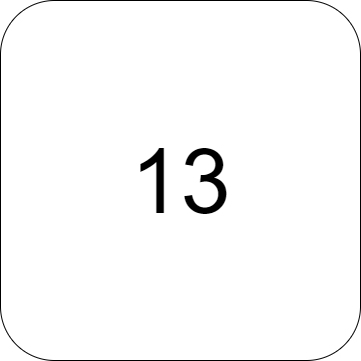
Before: Rush Hour Main/assets/MapButtons/13(A).png, a diagram exported from draw.io (zintom69/Game-Rush-Hour). Source tidied: cells renumbered, new cells last; positions are measured from the earlier drawing's top-left corner, leaving out a move shared by most shapes.
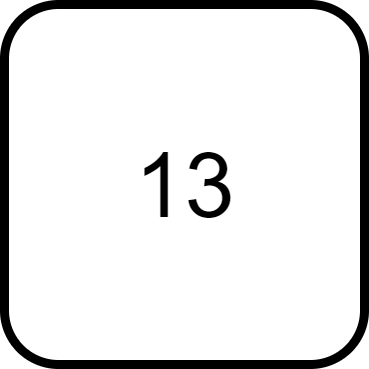
Later version of the same file.

The edit, as a diff of the source:
```diff
@@ -2,7 +2,7 @@
   <root>
     <mxCell id="0" />
     <mxCell id="1" parent="0" />
-    <mxCell id="2" value="&lt;span style=&quot;font-size: 90px;&quot;&gt;13&lt;/span&gt;" style="rounded=1;whiteSpace=wrap;html=1;" parent="1" vertex="1">
+    <mxCell id="2" value="&lt;span style=&quot;font-size: 90px;&quot;&gt;13&lt;/span&gt;" style="rounded=1;whiteSpace=wrap;html=1;strokeWidth=9;" parent="1" vertex="1">
       <mxGeometry width="360" height="360" as="geometry" />
     </mxCell>
   </root>
```
